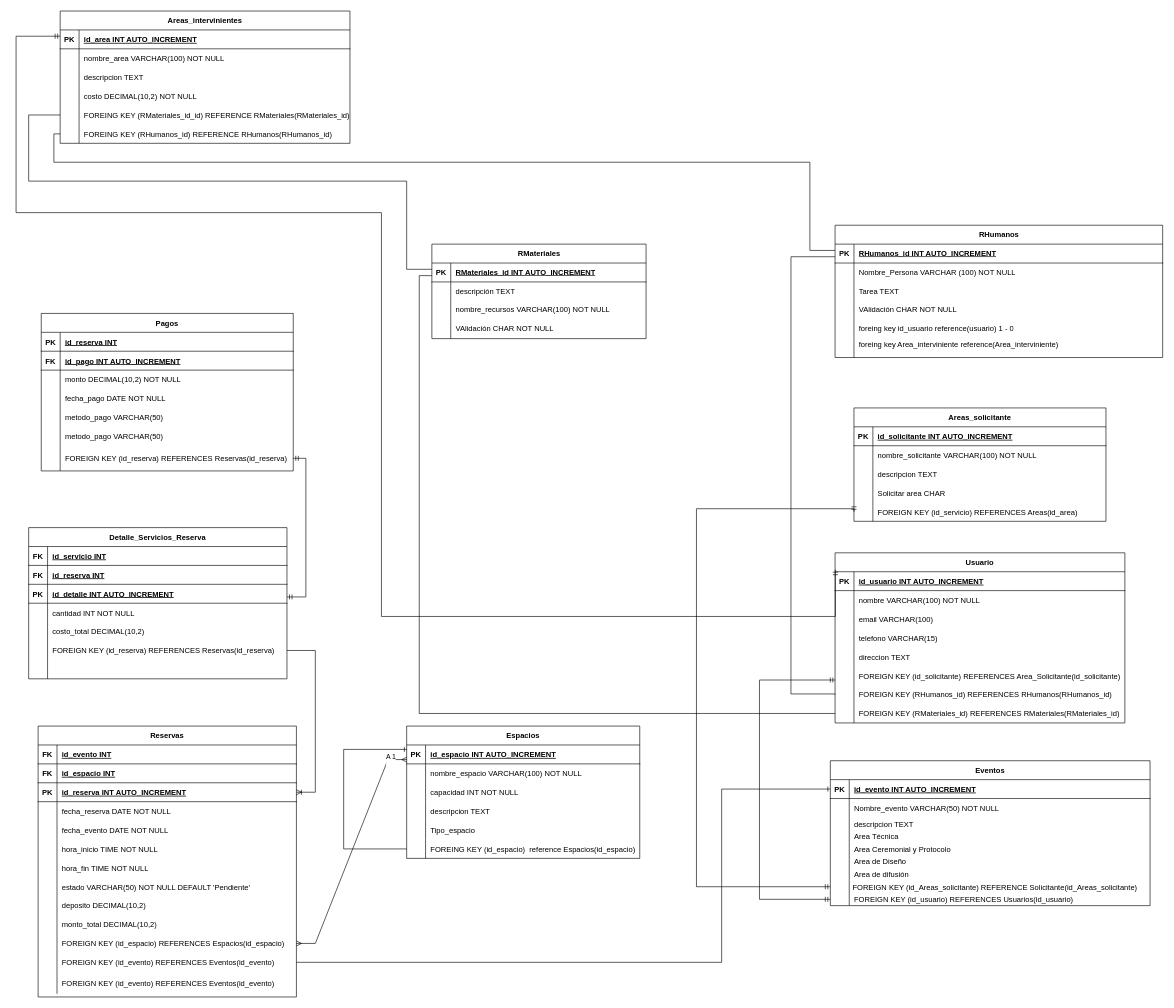
Before: Diagrama sin título.drawio in JonathanUrquiza/DER, a draw.io diagram. Source tidied: cells renumbered, new cells numbered last; positions are measured from the earlier drawing's top-left corner, leaving out a move shared by most shapes. Both pictures are drawn from the tidied source at 63%, with x=0, y=0 at pixel (16, 11).
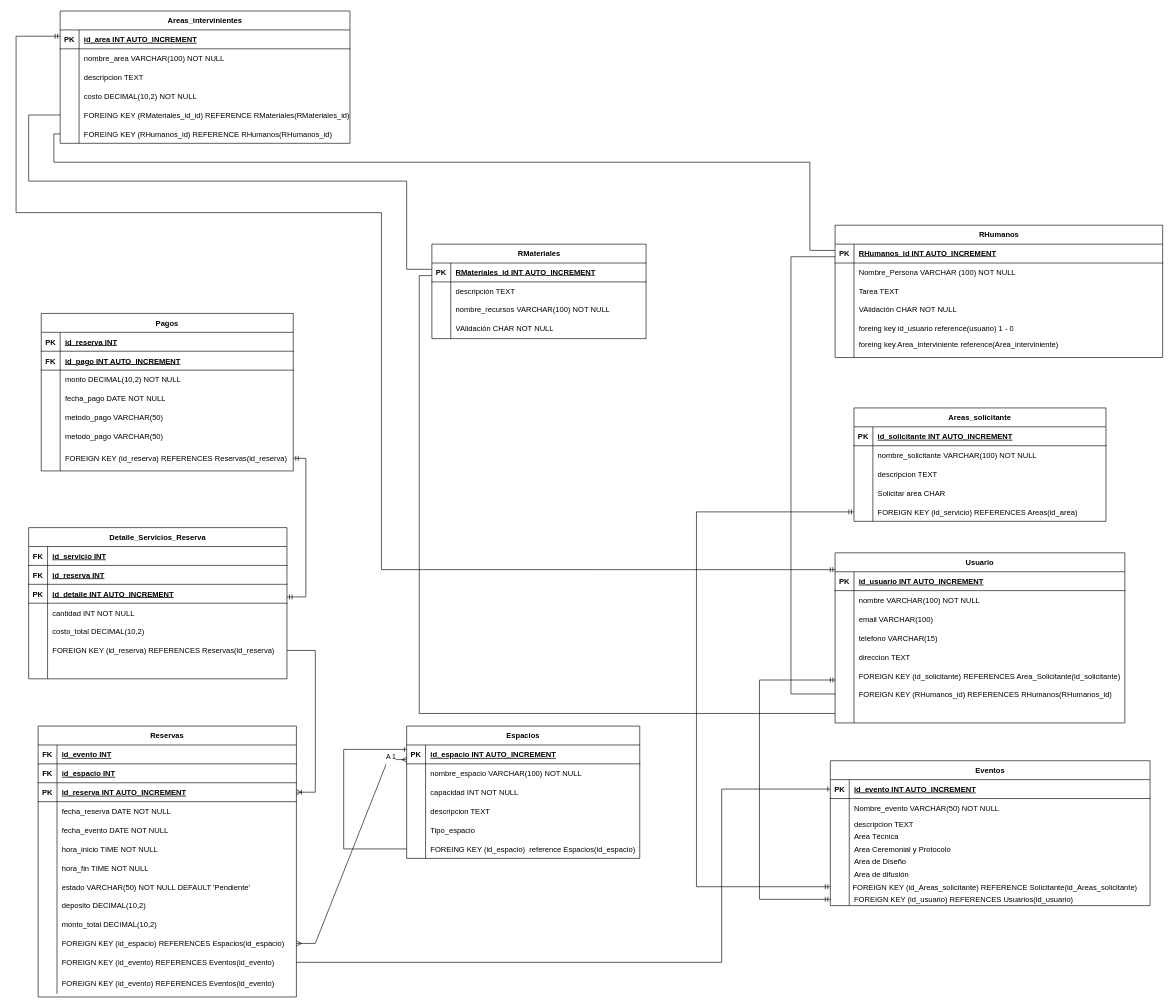
The same page after the edit.

The change refers to these unchanged cells:
```xml
<mxCell id="3" value="Usuario" style="shape=table;startSize=30;childLayout=tableLayout;rowLines=0;fontStyle=1;align=center;" parent="1" vertex="1">
  <mxGeometry x="1300" y="860" width="460" height="270" as="geometry" />
</mxCell>
<mxCell id="25" style="shape=tableRow;horizontal=0;startSize=0;swimlaneHead=0;swimlaneBody=0;fillColor=none;points=[[0,0.5],[1,0.5]];portConstraint=eastwest;strokeColor=inherit;top=0;left=0;right=0;bottom=0;" parent="3" vertex="1">
  <mxGeometry y="240" width="460" height="30" as="geometry" />
</mxCell>
<mxCell id="70" style="shape=tableRow;horizontal=0;startSize=0;swimlaneHead=0;swimlaneBody=0;fillColor=none;points=[[0,0.5],[1,0.5]];portConstraint=eastwest;strokeColor=inherit;top=0;left=0;right=0;bottom=0;" parent="48" vertex="1">
  <mxGeometry y="190" width="507.5" height="20" as="geometry" />
</mxCell>
<mxCell id="139" style="shape=tableRow;horizontal=0;startSize=0;swimlaneHead=0;swimlaneBody=0;fillColor=none;points=[[0,0.5],[1,0.5]];portConstraint=eastwest;strokeColor=inherit;top=0;left=0;right=0;bottom=1;" parent="138" vertex="1">
  <mxGeometry y="30" width="460" height="30" as="geometry" />
</mxCell>
<mxCell id="197" style="shape=tableRow;horizontal=0;startSize=0;swimlaneHead=0;swimlaneBody=0;fillColor=none;points=[[0,0.5],[1,0.5]];portConstraint=eastwest;strokeColor=inherit;top=0;left=0;right=0;bottom=0;" parent="184" vertex="1">
  <mxGeometry y="150" width="400" height="30" as="geometry" />
</mxCell>
```

The edit, as a diff of the source:
```diff
@@
-    <mxCell id="27" value="FOREIGN KEY (RMateriales_id) REFERENCES RMateriales(RMateriales_id)" style="shape=partialRectangle;overflow=hidden;fillColor=none;align=left;strokeColor=inherit;top=0;left=0;bottom=0;right=0;spacingLeft=6;" parent="25" vertex="1">
+    <mxCell id="27" style="shape=partialRectangle;overflow=hidden;fillColor=none;align=left;strokeColor=inherit;top=0;left=0;bottom=0;right=0;spacingLeft=6;" parent="25" vertex="1">
       <mxGeometry x="30" width="430" height="30" as="geometry" />
     </mxCell>
@@
     <mxCell id="200" style="edgeStyle=orthogonalEdgeStyle;fontSize=12;html=1;endArrow=ERmandOne;startArrow=ERmandOne;rounded=0;strokeWidth=1;exitX=0;exitY=0.5;exitDx=0;exitDy=0;entryX=0;entryY=0.5;entryDx=0;entryDy=0;" parent="1" edge="1" source="70" target="197">
       <mxGeometry relative="1" as="geometry">
         <Array as="points">
           <mxPoint x="1080" y="1390" />
-          <mxPoint x="1080" y="790" />
-          <mxPoint x="1330" y="790" />
+          <mxPoint x="1080" y="795" />
         </Array>
       </mxGeometry>
     </mxCell>
     <mxCell id="201" style="edgeStyle=orthogonalEdgeStyle;fontSize=12;html=1;endArrow=ERmandOne;startArrow=ERmandOne;rounded=0;strokeWidth=1;entryX=0;entryY=0.333;entryDx=0;entryDy=0;entryPerimeter=0;exitX=0.001;exitY=0.099;exitDx=0;exitDy=0;exitPerimeter=0;" parent="1" edge="1" source="3" target="139">
       <mxGeometry relative="1" as="geometry">
         <Array as="points">
-          <mxPoint x="1301" y="961" />
-          <mxPoint x="580" y="961" />
+          <mxPoint x="580" y="887" />
           <mxPoint x="580" y="320" />
           <mxPoint y="320" />
           <mxPoint y="40" />
         </Array>
       </mxGeometry>
     </mxCell>
```
